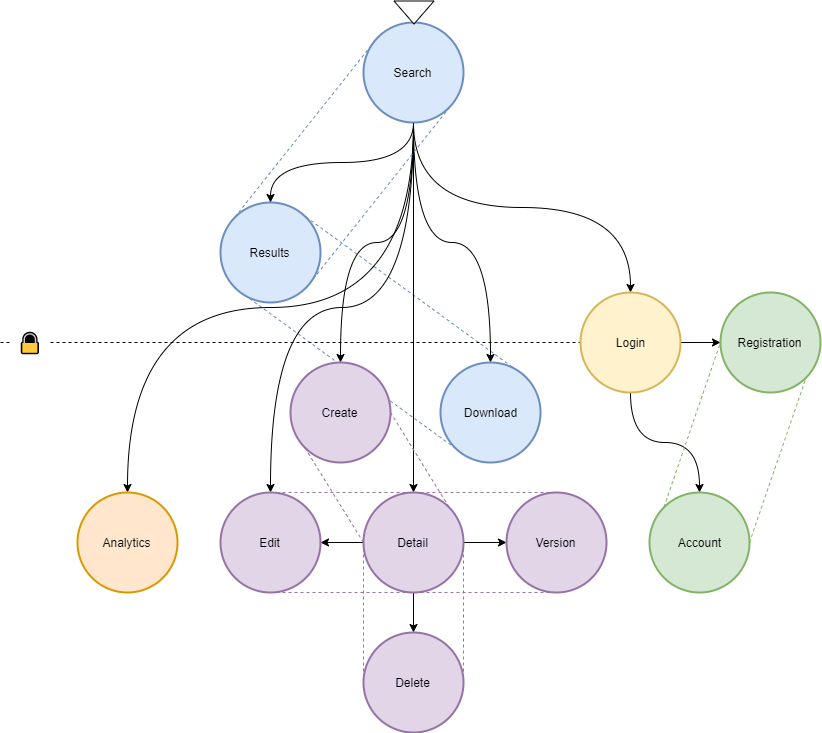
Before: src/ui_flow.png, a diagram exported from draw.io (Skadisson/phoenix). Source tidied: cells renumbered, new cells last; positions are measured from the earlier drawing's top-left corner, leaving out a move shared by most shapes.
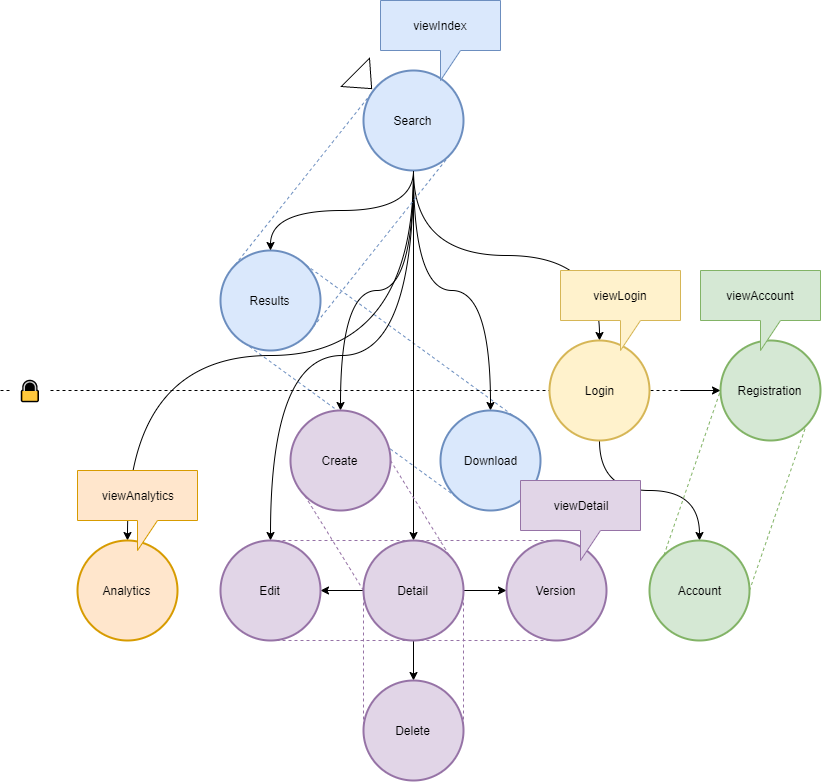
The same file after the commit.

Diff of the diagram source:
```diff
@@ -46,7 +46,7 @@
       <mxGeometry relative="1" as="geometry" />
     </mxCell>
     <mxCell id="15" value="Login" style="strokeWidth=2;html=1;shape=mxgraph.flowchart.start_2;whiteSpace=wrap;fillColor=#fff2cc;strokeColor=#d6b656;" parent="1" vertex="1">
-      <mxGeometry x="580" y="300" width="100" height="100" as="geometry" />
+      <mxGeometry x="549" y="300" width="100" height="100" as="geometry" />
     </mxCell>
     <mxCell id="16" value="Download" style="strokeWidth=2;html=1;shape=mxgraph.flowchart.start_2;whiteSpace=wrap;fillColor=#dae8fc;strokeColor=#6c8ebf;" parent="1" vertex="1">
       <mxGeometry x="440" y="370" width="100" height="100" as="geometry" />
@@ -128,8 +128,23 @@
     <mxCell id="41" style="endArrow=none;dashed=1;html=1;exitX=1;exitY=0.5;exitDx=0;exitDy=0;exitPerimeter=0;entryX=1;entryY=0.5;entryDx=0;entryDy=0;entryPerimeter=0;fillColor=#e1d5e7;strokeColor=#9673a6;" parent="1" edge="1" source="20" target="23">
       <mxGeometry relative="1" as="geometry" />
     </mxCell>
-    <mxCell id="42" style="triangle;whiteSpace=wrap;html=1;rotation=90;" parent="1" vertex="1">
-      <mxGeometry x="402" width="23" height="40" as="geometry" />
+    <mxCell id="42" style="triangle;whiteSpace=wrap;html=1;rotation=45;" parent="1" vertex="1">
+      <mxGeometry x="351.5" y="20" width="23" height="40" as="geometry" />
     </mxCell>
+    <mxCell id="43" value="viewAccount" style="shape=callout;whiteSpace=wrap;html=1;perimeter=calloutPerimeter;fillColor=#d5e8d4;strokeColor=#82b366;" parent="1" vertex="1">
+      <mxGeometry x="700" y="230" width="120" height="80" as="geometry" />
+    </mxCell>
+    <mxCell id="44" value="viewLogin" style="shape=callout;whiteSpace=wrap;html=1;perimeter=calloutPerimeter;fillColor=#fff2cc;strokeColor=#d6b656;" parent="1" vertex="1">
+      <mxGeometry x="560" y="230" width="120" height="80" as="geometry" />
+    </mxCell>
+    <mxCell id="45" value="viewAnalytics" style="shape=callout;whiteSpace=wrap;html=1;perimeter=calloutPerimeter;fillColor=#ffe6cc;strokeColor=#d79b00;" parent="1" vertex="1">
+      <mxGeometry x="77" y="430" width="120" height="80" as="geometry" />
+    </mxCell>
+    <mxCell id="46" value="viewIndex" style="shape=callout;whiteSpace=wrap;html=1;perimeter=calloutPerimeter;fillColor=#dae8fc;strokeColor=#6c8ebf;" parent="1" vertex="1">
+      <mxGeometry x="380" y="-40" width="120" height="80" as="geometry" />
+    </mxCell>
+    <mxCell id="47" value="viewDetail" style="shape=callout;whiteSpace=wrap;html=1;perimeter=calloutPerimeter;fillColor=#e1d5e7;strokeColor=#9673a6;" parent="1" vertex="1">
+      <mxGeometry x="520" y="440" width="120" height="80" as="geometry" />
+    </mxCell>
   </root>
 </mxGraphModel>
```
